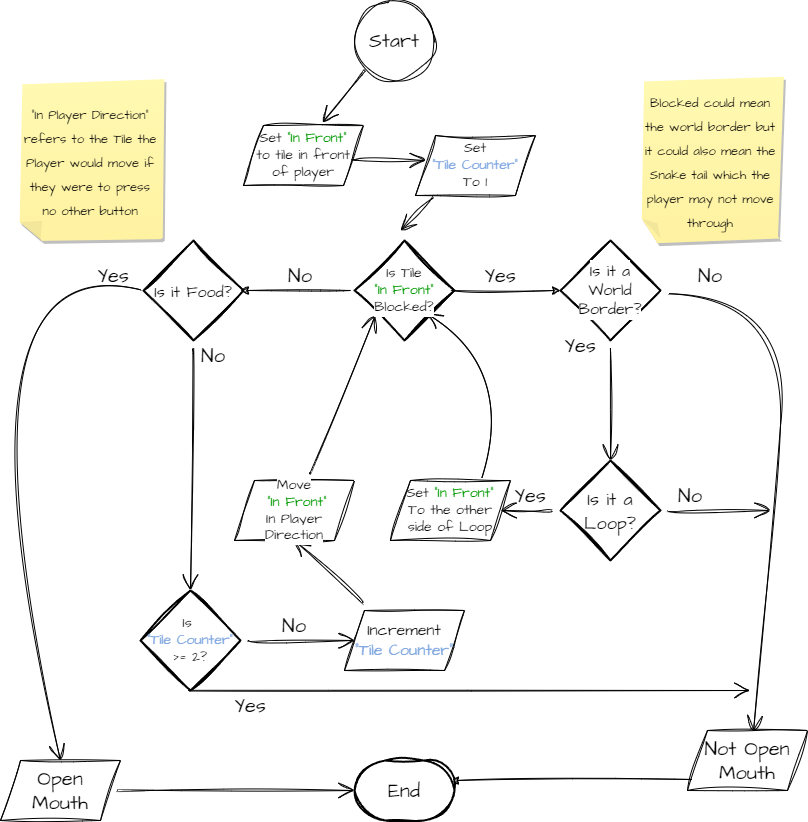
This is Progress/Milestones/008-SnakeHeadFlow.png from ScottGarryFoster/HOBBY-ArcadeClassics, a draw.io export, as it was before one commit. Source tidied: cells renumbered, new cells last; positions are measured from the earlier drawing's top-left corner, leaving out a move shared by most shapes.
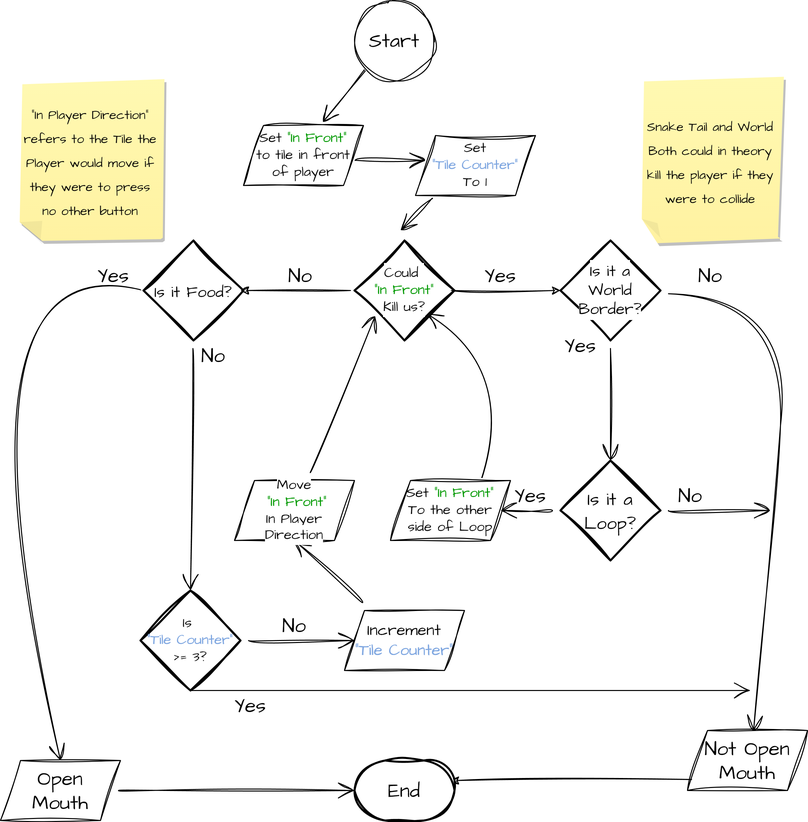
After the commit.

Commit message:
[#6] Added and Updated milestone images for Snake Eating.

Diff of the diagram source:
```diff
@@ -41,7 +41,7 @@
     <mxCell id="7" value="&lt;span style=&quot;font-size: 13px;&quot;&gt;&quot;In Player Direction&quot; refers to the Tile the Player would move if they were to press no other button&lt;/span&gt;" style="shape=note;whiteSpace=wrap;html=1;backgroundOutline=1;fontColor=#000000;darkOpacity=0.05;fillColor=#FFF9B2;strokeColor=none;fillStyle=solid;direction=west;gradientDirection=north;gradientColor=#FFF2A1;shadow=1;size=20;sketch=1;hachureGap=4;jiggle=2;curveFitting=1;fontFamily=Architects Daughter;fontSource=https%3A%2F%2Ffonts.googleapis.com%2Fcss%3Ffamily%3DArchitects%2BDaughter;fontSize=20;" parent="1" vertex="1">
       <mxGeometry x="80" y="80" width="140" height="160" as="geometry" />
     </mxCell>
-    <mxCell id="8" value="&lt;font style=&quot;font-size: 13px;&quot;&gt;Blocked could mean the world border but it could also mean the Snake tail which the player may not move through&lt;/font&gt;" style="shape=note;whiteSpace=wrap;html=1;backgroundOutline=1;fontColor=#000000;darkOpacity=0.05;fillColor=#FFF9B2;strokeColor=none;fillStyle=solid;direction=west;gradientDirection=north;gradientColor=#FFF2A1;shadow=1;size=20;sketch=1;hachureGap=4;jiggle=2;curveFitting=1;fontFamily=Architects Daughter;fontSource=https%3A%2F%2Ffonts.googleapis.com%2Fcss%3Ffamily%3DArchitects%2BDaughter;fontSize=20;" parent="1" vertex="1">
+    <mxCell id="8" value="&lt;font style=&quot;font-size: 13px;&quot;&gt;Snake Tail and World Both could in theory kill the player if they were to collide&lt;/font&gt;" style="shape=note;whiteSpace=wrap;html=1;backgroundOutline=1;fontColor=#000000;darkOpacity=0.05;fillColor=#FFF9B2;strokeColor=none;fillStyle=solid;direction=west;gradientDirection=north;gradientColor=#FFF2A1;shadow=1;size=20;sketch=1;hachureGap=4;jiggle=2;curveFitting=1;fontFamily=Architects Daughter;fontSource=https%3A%2F%2Ffonts.googleapis.com%2Fcss%3Ffamily%3DArchitects%2BDaughter;fontSize=20;" parent="1" vertex="1">
       <mxGeometry x="700" y="80" width="140" height="160" as="geometry" />
     </mxCell>
     <mxCell id="9" style="edgeStyle=none;curved=1;rounded=0;sketch=1;hachureGap=4;jiggle=2;curveFitting=1;orthogonalLoop=1;jettySize=auto;html=1;fontFamily=Architects Daughter;fontSource=https%3A%2F%2Ffonts.googleapis.com%2Fcss%3Ffamily%3DArchitects%2BDaughter;fontSize=16;endArrow=open;startSize=14;endSize=14;sourcePerimeterSpacing=8;targetPerimeterSpacing=8;" parent="1" edge="1">
@@ -144,7 +144,7 @@
     <mxCell id="38" value="&lt;div style=&quot;font-size: 16px;&quot;&gt;&lt;font style=&quot;font-size: 16px; background-color: rgb(255, 255, 255);&quot;&gt;Is it a&lt;/font&gt;&lt;/div&gt;&lt;div style=&quot;font-size: 16px;&quot;&gt;&lt;font style=&quot;font-size: 16px; background-color: rgb(255, 255, 255);&quot;&gt;World&lt;/font&gt;&lt;/div&gt;&lt;div style=&quot;font-size: 16px;&quot;&gt;&lt;font style=&quot;font-size: 16px; background-color: rgb(255, 255, 255);&quot;&gt;Border?&lt;/font&gt;&lt;/div&gt;" style="strokeWidth=2;html=1;shape=mxgraph.flowchart.decision;whiteSpace=wrap;sketch=1;hachureGap=4;jiggle=2;curveFitting=1;fontFamily=Architects Daughter;fontSource=https%3A%2F%2Ffonts.googleapis.com%2Fcss%3Ffamily%3DArchitects%2BDaughter;fontSize=20;" parent="1" vertex="1">
       <mxGeometry x="620" y="240" width="100" height="100" as="geometry" />
     </mxCell>
-    <mxCell id="39" value="&lt;div style=&quot;font-size: 14px;&quot;&gt;&lt;font style=&quot;font-size: 14px; background-color: rgb(255, 255, 255);&quot;&gt;Is Tile&lt;/font&gt;&lt;/div&gt;&lt;div style=&quot;font-size: 14px;&quot;&gt;&lt;font color=&quot;#009900&quot; style=&quot;font-size: 14px; background-color: rgb(255, 255, 255);&quot;&gt;&quot;In Front&quot;&lt;/font&gt;&lt;/div&gt;&lt;div style=&quot;font-size: 14px;&quot;&gt;&lt;font style=&quot;font-size: 14px; background-color: rgb(255, 255, 255);&quot;&gt;Blocked?&lt;/font&gt;&lt;/div&gt;" style="strokeWidth=2;html=1;shape=mxgraph.flowchart.decision;whiteSpace=wrap;sketch=1;hachureGap=4;jiggle=2;curveFitting=1;fontFamily=Architects Daughter;fontSource=https%3A%2F%2Ffonts.googleapis.com%2Fcss%3Ffamily%3DArchitects%2BDaughter;fontSize=20;" parent="1" vertex="1">
+    <mxCell id="39" value="&lt;div style=&quot;font-size: 14px;&quot;&gt;&lt;span style=&quot;background-color: rgb(255, 255, 255);&quot;&gt;Could&amp;nbsp;&lt;/span&gt;&lt;/div&gt;&lt;div style=&quot;font-size: 14px;&quot;&gt;&lt;span style=&quot;background-color: rgb(255, 255, 255); color: rgb(0, 153, 0);&quot;&gt;&quot;In Front&quot;&lt;/span&gt;&lt;br&gt;&lt;/div&gt;&lt;div style=&quot;font-size: 14px;&quot;&gt;&lt;font style=&quot;font-size: 14px; background-color: rgb(255, 255, 255);&quot;&gt;Kill us?&lt;/font&gt;&lt;/div&gt;" style="strokeWidth=2;html=1;shape=mxgraph.flowchart.decision;whiteSpace=wrap;sketch=1;hachureGap=4;jiggle=2;curveFitting=1;fontFamily=Architects Daughter;fontSource=https%3A%2F%2Ffonts.googleapis.com%2Fcss%3Ffamily%3DArchitects%2BDaughter;fontSize=20;" parent="1" vertex="1">
       <mxGeometry x="414" y="240" width="100" height="100" as="geometry" />
     </mxCell>
     <mxCell id="40" style="edgeStyle=none;curved=1;rounded=0;sketch=1;hachureGap=4;jiggle=2;curveFitting=1;jettySize=auto;html=1;exitX=0;exitY=0.5;exitDx=0;exitDy=0;exitPerimeter=0;entryX=0.5;entryY=0;entryDx=0;entryDy=0;fontFamily=Architects Daughter;fontSource=https%3A%2F%2Ffonts.googleapis.com%2Fcss%3Ffamily%3DArchitects%2BDaughter;fontSize=16;endArrow=open;startSize=14;endSize=14;sourcePerimeterSpacing=8;targetPerimeterSpacing=8;" parent="1" edge="1" source="42" target="28">
@@ -168,7 +168,7 @@
     <mxCell id="44" style="edgeStyle=none;curved=1;rounded=0;sketch=1;hachureGap=4;jiggle=2;curveFitting=1;jettySize=auto;html=1;entryX=0;entryY=0.5;entryDx=0;entryDy=0;fontFamily=Architects Daughter;fontSource=https%3A%2F%2Ffonts.googleapis.com%2Fcss%3Ffamily%3DArchitects%2BDaughter;fontSize=16;endArrow=open;startSize=14;endSize=14;sourcePerimeterSpacing=8;targetPerimeterSpacing=8;" parent="1" edge="1" source="45" target="24">
       <mxGeometry relative="1" as="geometry" />
     </mxCell>
-    <mxCell id="45" value="&lt;div style=&quot;font-size: 14px;&quot;&gt;&lt;font style=&quot;font-size: 14px;&quot;&gt;Is&amp;nbsp;&lt;/font&gt;&lt;/div&gt;&lt;div style=&quot;font-size: 14px;&quot;&gt;&lt;font color=&quot;#7ea6e0&quot; style=&quot;font-size: 14px;&quot;&gt;&quot;Tile Counter&quot;&lt;/font&gt;&lt;/div&gt;&lt;div style=&quot;font-size: 14px;&quot;&gt;&lt;font style=&quot;font-size: 14px;&quot;&gt;&amp;gt;= 2?&lt;/font&gt;&lt;/div&gt;" style="strokeWidth=2;html=1;shape=mxgraph.flowchart.decision;whiteSpace=wrap;sketch=1;hachureGap=4;jiggle=2;curveFitting=1;fontFamily=Architects Daughter;fontSource=https%3A%2F%2Ffonts.googleapis.com%2Fcss%3Ffamily%3DArchitects%2BDaughter;fontSize=20;" parent="1" vertex="1">
+    <mxCell id="45" value="&lt;div style=&quot;font-size: 14px;&quot;&gt;&lt;font style=&quot;font-size: 14px;&quot;&gt;Is&amp;nbsp;&lt;/font&gt;&lt;/div&gt;&lt;div style=&quot;font-size: 14px;&quot;&gt;&lt;font color=&quot;#7ea6e0&quot; style=&quot;font-size: 14px;&quot;&gt;&quot;Tile Counter&quot;&lt;/font&gt;&lt;/div&gt;&lt;div style=&quot;font-size: 14px;&quot;&gt;&lt;font style=&quot;font-size: 14px;&quot;&gt;&amp;gt;= 3?&lt;/font&gt;&lt;/div&gt;" style="strokeWidth=2;html=1;shape=mxgraph.flowchart.decision;whiteSpace=wrap;sketch=1;hachureGap=4;jiggle=2;curveFitting=1;fontFamily=Architects Daughter;fontSource=https%3A%2F%2Ffonts.googleapis.com%2Fcss%3Ffamily%3DArchitects%2BDaughter;fontSize=20;" parent="1" vertex="1">
       <mxGeometry x="200" y="590" width="100" height="100" as="geometry" />
     </mxCell>
   </root>
```
